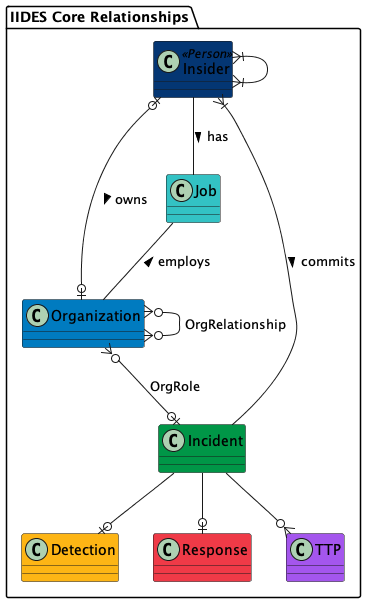
The PlantUML diagram UML/out/IIDES_Core.png in cmu-sei/iides, before a commit.
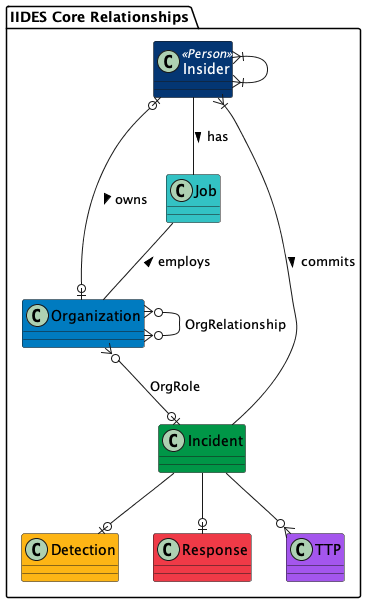
Later version of the same file.

Diff of the diagram source:
```diff
@@ -1,7 +1,7 @@
 @startuml IIDES_Core
 package "IIDES Core Relationships" #FFF {
 
-    class Insider <<Person>> #043673 {}
+    class Insider <<Person>> #043673;text:white {}
     class Organization #007BC0 {}
     class Incident #009647 {}
     class Job #33c2C4 {}
```
